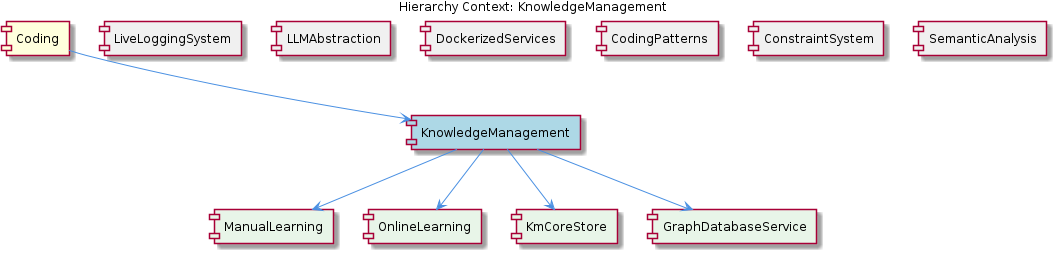
fwornle/coding keeps this PlantUML diagram as knowledge-management/insights/images/knowledge-management-relationship.png. Above is the earlier version. Its source is kept beside it as .data/knowledge-graph/insights/puml/knowledge-management-relationship.puml.
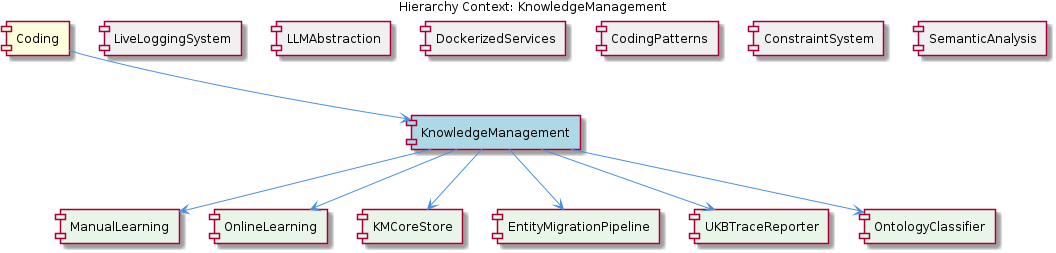
After the change.

The edit, as a diff of the source:
```diff
@@ -13,8 +13,10 @@
 [SemanticAnalysis] as semantic_analysis #F0F0F0
 [ManualLearning] as manual_learning #E8F5E8
 [OnlineLearning] as online_learning #E8F5E8
-[KmCoreStore] as km_core_store #E8F5E8
-[GraphDatabaseService] as graph_database_service #E8F5E8
+[KMCoreStore] as kmcore_store #E8F5E8
+[EntityMigrationPipeline] as entity_migration_pipeline #E8F5E8
+[UKBTraceReporter] as ukbtrace_reporter #E8F5E8
+[OntologyClassifier] as ontology_classifier #E8F5E8
 
 coding --> knowledge_management
 live_logging_system -[hidden]- knowledge_management
@@ -25,7 +27,9 @@
 semantic_analysis -[hidden]- knowledge_management
 knowledge_management --> manual_learning
 knowledge_management --> online_learning
-knowledge_management --> km_core_store
-knowledge_management --> graph_database_service
+knowledge_management --> kmcore_store
+knowledge_management --> entity_migration_pipeline
+knowledge_management --> ukbtrace_reporter
+knowledge_management --> ontology_classifier
 
 @enduml
```
